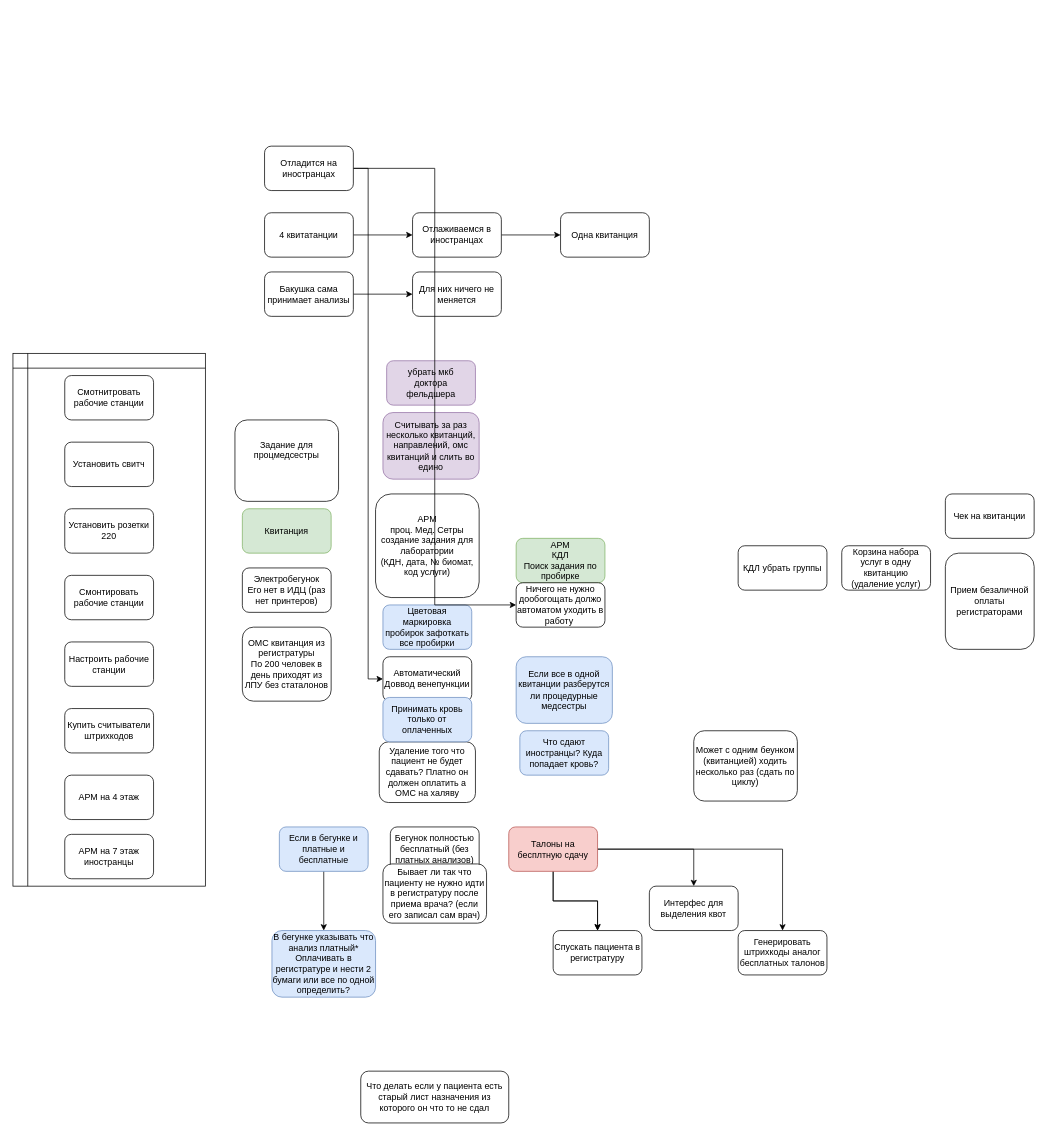
This is Untitled Diagram.drawio from MikeBelov/MikeBov, a draw.io file, before an edit. Source tidied: cells renumbered, new cells numbered last; positions are measured from the earlier drawing's top-left corner, leaving out a move shared by most shapes. Both pictures are drawn from the tidied source at 74%, with x=0, y=0 at pixel (13, 146).
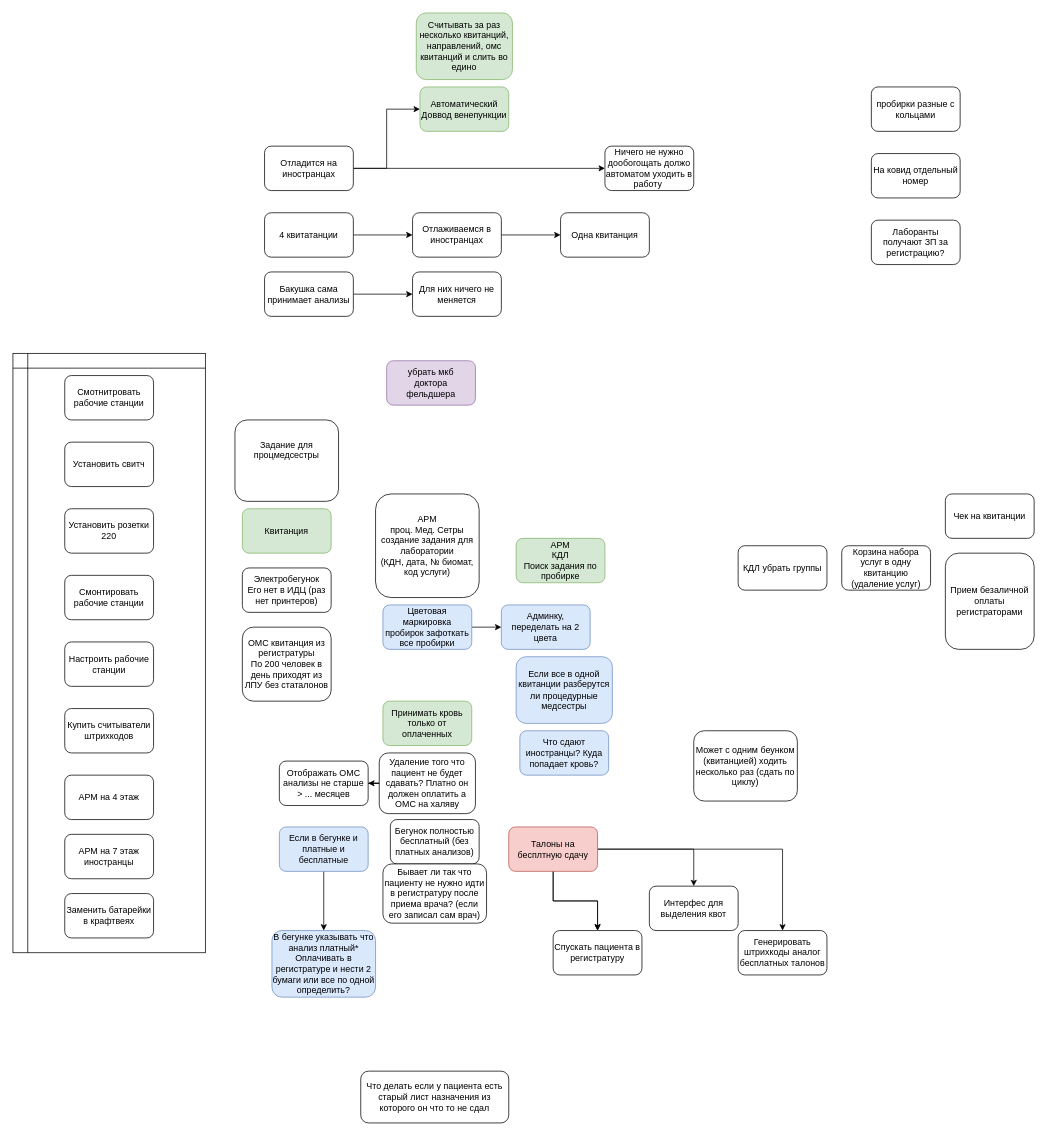
The same page after the edit.

Unchanged cells that the change refers to:
```xml
<mxCell id="5" value="Цветовая маркировка пробирок зафоткать все пробирки" style="rounded=1;whiteSpace=wrap;html=1;fillColor=#dae8fc;strokeColor=#6c8ebf;" parent="1" vertex="1">
  <mxGeometry x="500" y="620" width="120" height="60" as="geometry" />
</mxCell>
```

Change to the diagram source:
```diff
@@
+    <mxCell id="57" style="edgeStyle=orthogonalEdgeStyle;rounded=0;jettySize=auto;html=1;" parent="1" edge="1" source="5" target="58">
+      <mxGeometry relative="1" as="geometry" />
+    </mxCell>
@@
+    <mxCell id="58" value="Админку, переделать на 2 цвета" style="rounded=1;whiteSpace=wrap;html=1;fillColor=#dae8fc;strokeColor=#6c8ebf;" parent="1" vertex="1">
+      <mxGeometry x="660" y="620" width="120" height="60" as="geometry" />
+    </mxCell>
@@
     <mxCell id="8" style="shape=internalStorage;whiteSpace=wrap;html=1;backgroundOutline=1;" parent="1" vertex="1">
-      <mxGeometry y="280" width="260" height="720" as="geometry" />
+      <mxGeometry y="280" width="260" height="810" as="geometry" />
     </mxCell>
@@
     <mxCell id="19" value="Ничего не нужно дообогощать должо автоматом уходить в работу&amp;nbsp;" style="rounded=1;whiteSpace=wrap;html=1;" parent="1" vertex="1">
-      <mxGeometry x="680" y="590" width="120" height="60" as="geometry" />
+      <mxGeometry x="800" width="120" height="60" as="geometry" />
     </mxCell>
@@
-    <mxCell id="22" value="Автоматический &lt;br&gt;Доввод венепункции" style="rounded=1;whiteSpace=wrap;html=1;" parent="1" vertex="1">
-      <mxGeometry x="500" y="690" width="120" height="60" as="geometry" />
+    <mxCell id="22" value="Автоматический &lt;br&gt;Доввод венепункции" style="rounded=1;whiteSpace=wrap;html=1;fillColor=#d5e8d4;strokeColor=#82b366;" parent="1" vertex="1">
+      <mxGeometry x="550" y="-80" width="120" height="60" as="geometry" />
     </mxCell>
@@
-    <mxCell id="24" value="Считывать за раз несколько квитанций, направлений, омс квитанций и слить во едино" style="rounded=1;whiteSpace=wrap;html=1;fillColor=#e1d5e7;strokeColor=#9673a6;" parent="1" vertex="1">
-      <mxGeometry x="500" y="360" width="130" height="90" as="geometry" />
+    <mxCell id="24" value="Считывать за раз несколько квитанций, направлений, омс квитанций и слить во едино" style="rounded=1;whiteSpace=wrap;html=1;fillColor=#d5e8d4;strokeColor=#82b366;" parent="1" vertex="1">
+      <mxGeometry x="545" y="-180" width="130" height="90" as="geometry" />
     </mxCell>
@@
+    <mxCell id="59" value="Заменить батарейки в крафтвеях" style="rounded=1;whiteSpace=wrap;html=1;" parent="1" vertex="1">
+      <mxGeometry x="70" y="1010" width="120" height="60" as="geometry" />
+    </mxCell>
@@
     <mxCell id="48" value="Бегунок полностью бесплатный (без платных анализов)" style="rounded=1;whiteSpace=wrap;html=1;" parent="1" vertex="1">
-      <mxGeometry x="510" y="920" width="120" height="60" as="geometry" />
+      <mxGeometry x="510" y="910" width="120" height="60" as="geometry" />
     </mxCell>
@@
+    <mxCell id="60" style="edgeStyle=orthogonalEdgeStyle;rounded=0;jettySize=auto;html=1;" parent="1" edge="1" source="55" target="64">
+      <mxGeometry relative="1" as="geometry" />
+    </mxCell>
     <mxCell id="55" value="Удаление того что пациент не будет сдавать? Платно он должен оплатить а ОМС на халяву" style="rounded=1;whiteSpace=wrap;html=1;" parent="1" vertex="1">
-      <mxGeometry x="495" y="805" width="130" height="82" as="geometry" />
+      <mxGeometry x="495" y="820" width="130" height="82" as="geometry" />
     </mxCell>
-    <mxCell id="56" value="Принимать кровь только от оплаченных" style="rounded=1;whiteSpace=wrap;html=1;fillColor=#dae8fc;strokeColor=#6c8ebf;" parent="1" vertex="1">
-      <mxGeometry x="500" y="745" width="120" height="60" as="geometry" />
+    <mxCell id="56" value="Принимать кровь только от оплаченных" style="rounded=1;whiteSpace=wrap;html=1;fillColor=#d5e8d4;strokeColor=#82b366;" parent="1" vertex="1">
+      <mxGeometry x="500" y="750" width="120" height="60" as="geometry" />
     </mxCell>
+    <mxCell id="61" value="пробирки разные с кольцами" style="rounded=1;whiteSpace=wrap;html=1;" parent="1" vertex="1">
+      <mxGeometry x="1160" y="-80" width="120" height="60" as="geometry" />
+    </mxCell>
+    <mxCell id="62" value="На ковид отдельный номер" style="rounded=1;whiteSpace=wrap;html=1;" parent="1" vertex="1">
+      <mxGeometry x="1160" y="10" width="120" height="60" as="geometry" />
+    </mxCell>
+    <mxCell id="63" value="Лаборанты получают ЗП за регистрацию?" style="rounded=1;whiteSpace=wrap;html=1;" parent="1" vertex="1">
+      <mxGeometry x="1160" y="100" width="120" height="60" as="geometry" />
+    </mxCell>
+    <mxCell id="64" value="Отображать ОМС анализы не старше &amp;gt; ... месяцев" style="rounded=1;whiteSpace=wrap;html=1;" parent="1" vertex="1">
+      <mxGeometry x="360" y="831" width="120" height="60" as="geometry" />
+    </mxCell>
```
